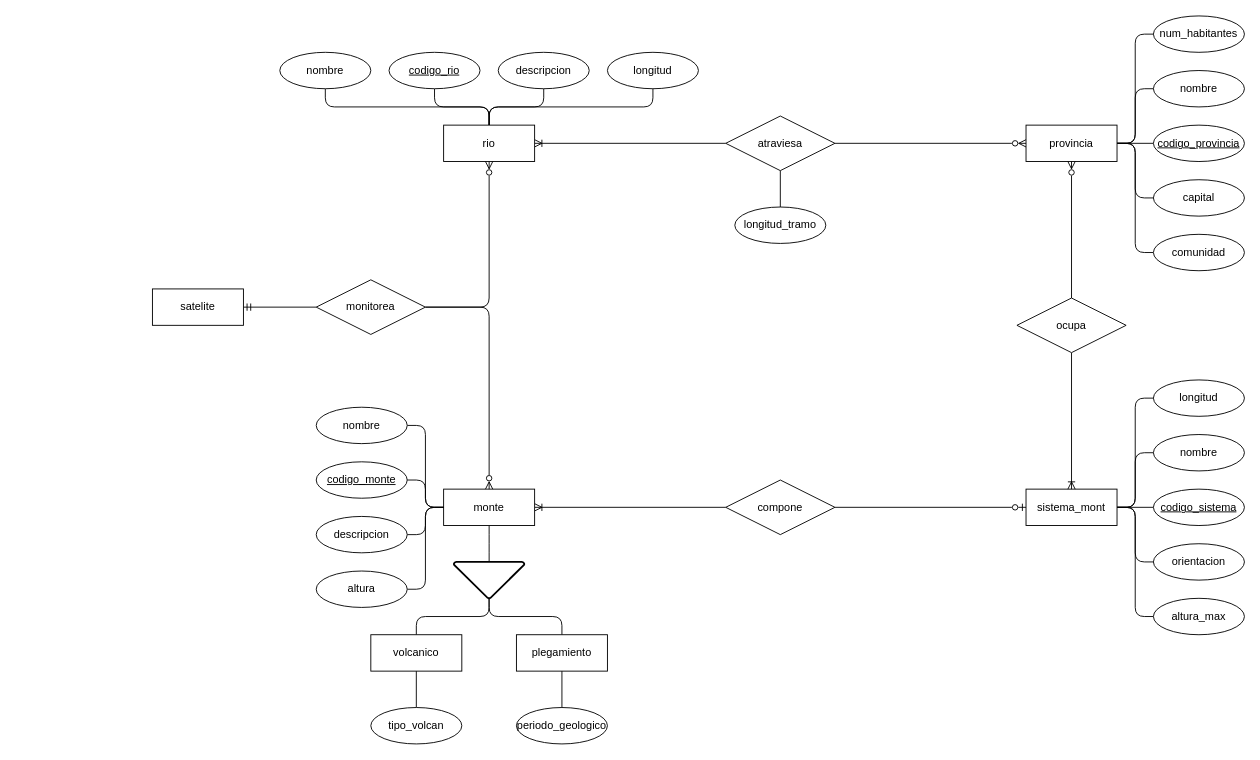
Earlier version of the draw.io diagram Activity-2.9.drawio (xmr-p/DatabaseCharts). Source tidied: cells renumbered, new cells numbered last; positions are measured from the earlier drawing's top-left corner, leaving out a move shared by most shapes. Both pictures are drawn from the tidied source at 91%, with x=0, y=0 at pixel (152, 15).
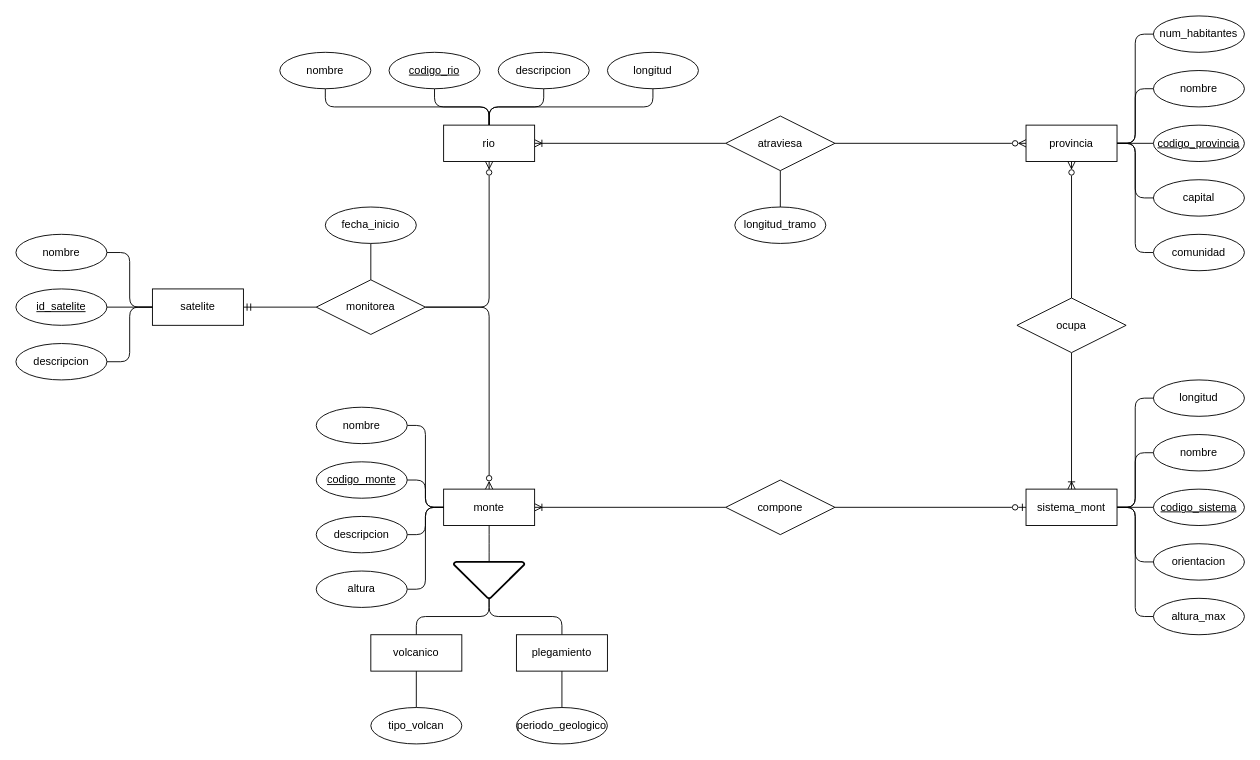
Above is the later version.

The change refers to these unchanged cells:
```xml
<mxCell id="44" value="satelite" style="whiteSpace=wrap;html=1;align=center;" parent="1" vertex="1">
  <mxGeometry y="300" width="100" height="40" as="geometry" />
</mxCell>
<mxCell id="47" value="monitorea" style="shape=rhombus;perimeter=rhombusPerimeter;whiteSpace=wrap;html=1;align=center;" parent="1" vertex="1">
  <mxGeometry x="180" y="290" width="120" height="60" as="geometry" />
</mxCell>
```

Diff of the diagram source:
```diff
@@
+    <mxCell id="68" style="edgeStyle=orthogonalEdgeStyle;rounded=1;jettySize=auto;html=1;exitX=0.5;exitY=0;exitDx=0;exitDy=0;entryX=0.5;entryY=1;entryDx=0;entryDy=0;curved=0;endArrow=none;endFill=0;" parent="1" edge="1" source="47" target="75">
+      <mxGeometry relative="1" as="geometry" />
+    </mxCell>
@@
+    <mxCell id="69" style="edgeStyle=orthogonalEdgeStyle;rounded=1;jettySize=auto;html=1;exitX=1;exitY=0.5;exitDx=0;exitDy=0;entryX=0;entryY=0.5;entryDx=0;entryDy=0;curved=0;endArrow=none;endFill=0;" parent="1" edge="1" source="70" target="44">
+      <mxGeometry relative="1" as="geometry" />
+    </mxCell>
+    <mxCell id="70" value="id_satelite" style="ellipse;whiteSpace=wrap;html=1;align=center;fontStyle=4;" parent="1" vertex="1">
+      <mxGeometry x="-150" y="300" width="100" height="40" as="geometry" />
+    </mxCell>
+    <mxCell id="71" style="edgeStyle=orthogonalEdgeStyle;rounded=1;jettySize=auto;html=1;exitX=1;exitY=0.5;exitDx=0;exitDy=0;entryX=0;entryY=0.5;entryDx=0;entryDy=0;curved=0;endArrow=none;endFill=0;" parent="1" edge="1" source="72" target="44">
+      <mxGeometry relative="1" as="geometry" />
+    </mxCell>
+    <mxCell id="72" value="nombre" style="ellipse;whiteSpace=wrap;html=1;align=center;" parent="1" vertex="1">
+      <mxGeometry x="-150" y="240" width="100" height="40" as="geometry" />
+    </mxCell>
+    <mxCell id="73" style="edgeStyle=orthogonalEdgeStyle;rounded=1;jettySize=auto;html=1;exitX=1;exitY=0.5;exitDx=0;exitDy=0;entryX=0;entryY=0.5;entryDx=0;entryDy=0;curved=0;endArrow=none;endFill=0;" parent="1" edge="1" source="74" target="44">
+      <mxGeometry relative="1" as="geometry" />
+    </mxCell>
+    <mxCell id="74" value="descripcion" style="ellipse;whiteSpace=wrap;html=1;align=center;" parent="1" vertex="1">
+      <mxGeometry x="-150" y="360" width="100" height="40" as="geometry" />
+    </mxCell>
+    <mxCell id="75" value="fecha_inicio" style="ellipse;whiteSpace=wrap;html=1;align=center;" parent="1" vertex="1">
+      <mxGeometry x="190" y="210" width="100" height="40" as="geometry" />
+    </mxCell>
```
